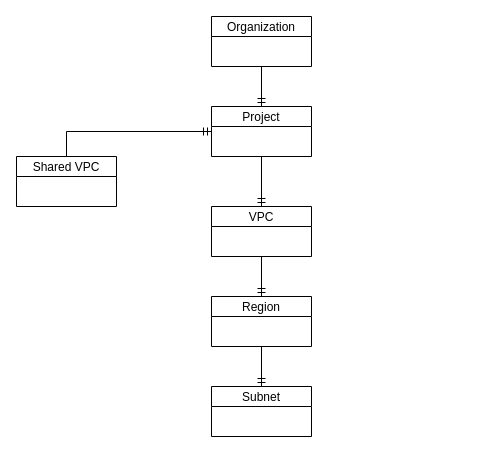
Earlier version of the draw.io diagram diargams/vpc_security.drawio (perandr/gcp-linux-academy). Source tidied: cells renumbered, new cells numbered last; positions are measured from the earlier drawing's top-left corner, leaving out a move shared by most shapes. Both pictures are drawn from the tidied source at 100%, with x=0, y=0 at pixel (16, 16).
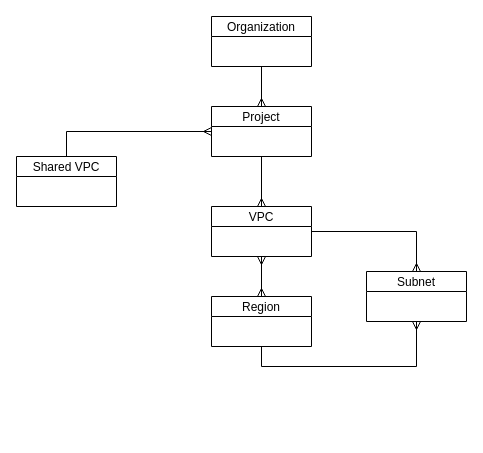
The same page after the edit.

Change to the diagram source:
```diff
@@
 <mxGraphModel>
   <root>
     <mxCell id="0" />
     <mxCell id="1" parent="0" />
-    <mxCell id="2" style="edgeStyle=orthogonalEdgeStyle;rounded=0;jettySize=auto;html=1;exitX=0.5;exitY=1;exitDx=0;exitDy=0;entryX=0.5;entryY=0;entryDx=0;entryDy=0;endArrow=ERmandOne;endFill=0;" parent="1" edge="1" source="3" target="5">
+    <mxCell id="2" style="edgeStyle=orthogonalEdgeStyle;rounded=0;jettySize=auto;html=1;exitX=0.5;exitY=1;exitDx=0;exitDy=0;entryX=0.5;entryY=0;entryDx=0;entryDy=0;endArrow=ERmany;endFill=0;startArrow=ERmany;startFill=0;" parent="1" edge="1" source="3" target="5">
       <mxGeometry relative="1" as="geometry" />
     </mxCell>
+    <mxCell id="13" style="edgeStyle=orthogonalEdgeStyle;rounded=0;jettySize=auto;html=1;exitX=1;exitY=0.5;exitDx=0;exitDy=0;entryX=0.5;entryY=0;entryDx=0;entryDy=0;startArrow=none;startFill=0;endArrow=ERmany;endFill=0;" parent="1" edge="1" source="3" target="10">
+      <mxGeometry relative="1" as="geometry" />
+    </mxCell>
     <mxCell id="3" value="VPC" style="swimlane;fontStyle=0;horizontal=1;startSize=20;fillColor=#ffffff;swimlaneFillColor=#ffffff;" parent="1" vertex="1">
       <mxGeometry x="195" y="190" width="100" height="50" as="geometry" />
     </mxCell>
-    <mxCell id="4" style="edgeStyle=orthogonalEdgeStyle;rounded=0;jettySize=auto;html=1;exitX=0.5;exitY=1;exitDx=0;exitDy=0;entryX=0.5;entryY=0;entryDx=0;entryDy=0;endArrow=ERmandOne;endFill=0;" parent="1" edge="1" source="5" target="10">
+    <mxCell id="4" style="edgeStyle=orthogonalEdgeStyle;rounded=0;jettySize=auto;html=1;exitX=0.5;exitY=1;exitDx=0;exitDy=0;entryX=0.5;entryY=1;entryDx=0;entryDy=0;endArrow=ERmany;endFill=0;" parent="1" edge="1" source="5" target="10">
       <mxGeometry relative="1" as="geometry" />
     </mxCell>
     <mxCell id="5" value="Region" style="swimlane;fontStyle=0;horizontal=1;startSize=20;fillColor=#ffffff;swimlaneFillColor=#ffffff;" parent="1" vertex="1">
       <mxGeometry x="195" y="280" width="100" height="50" as="geometry" />
     </mxCell>
-    <mxCell id="6" style="edgeStyle=orthogonalEdgeStyle;rounded=0;jettySize=auto;html=1;exitX=0.5;exitY=1;exitDx=0;exitDy=0;entryX=0.5;entryY=0;entryDx=0;entryDy=0;endArrow=ERmandOne;endFill=0;" parent="1" edge="1" source="7" target="3">
+    <mxCell id="6" style="edgeStyle=orthogonalEdgeStyle;rounded=0;jettySize=auto;html=1;exitX=0.5;exitY=1;exitDx=0;exitDy=0;entryX=0.5;entryY=0;entryDx=0;entryDy=0;endArrow=ERmany;endFill=0;" parent="1" edge="1" source="7" target="3">
       <mxGeometry relative="1" as="geometry" />
     </mxCell>
     <mxCell id="7" value="Project" style="swimlane;fontStyle=0;horizontal=1;startSize=20;fillColor=#ffffff;swimlaneFillColor=#ffffff;" parent="1" vertex="1">
       <mxGeometry x="195" y="90" width="100" height="50" as="geometry" />
     </mxCell>
-    <mxCell id="8" style="edgeStyle=orthogonalEdgeStyle;rounded=0;jettySize=auto;html=1;exitX=0.5;exitY=1;exitDx=0;exitDy=0;endArrow=ERmandOne;endFill=0;" parent="1" edge="1" source="9" target="7">
+    <mxCell id="8" style="edgeStyle=orthogonalEdgeStyle;rounded=0;jettySize=auto;html=1;exitX=0.5;exitY=1;exitDx=0;exitDy=0;endArrow=ERmany;endFill=0;" parent="1" edge="1" source="9" target="7">
       <mxGeometry relative="1" as="geometry" />
     </mxCell>
     <mxCell id="9" value="Organization" style="swimlane;fontStyle=0;horizontal=1;startSize=20;fillColor=#ffffff;swimlaneFillColor=#ffffff;" parent="1" vertex="1">
       <mxGeometry x="195" width="100" height="50" as="geometry" />
     </mxCell>
     <mxCell id="10" value="Subnet" style="swimlane;fontStyle=0;horizontal=1;startSize=20;fillColor=#ffffff;swimlaneFillColor=#ffffff;" parent="1" vertex="1">
-      <mxGeometry x="195" y="370" width="100" height="50" as="geometry" />
+      <mxGeometry x="350" y="255" width="100" height="50" as="geometry" />
     </mxCell>
-    <mxCell id="11" style="edgeStyle=orthogonalEdgeStyle;rounded=0;jettySize=auto;html=1;exitX=0.5;exitY=0;exitDx=0;exitDy=0;entryX=0;entryY=0.5;entryDx=0;entryDy=0;endArrow=ERmandOne;endFill=0;" parent="1" edge="1" source="12" target="7">
+    <mxCell id="11" style="edgeStyle=orthogonalEdgeStyle;rounded=0;jettySize=auto;html=1;exitX=0.5;exitY=0;exitDx=0;exitDy=0;entryX=0;entryY=0.5;entryDx=0;entryDy=0;endArrow=ERmany;endFill=0;" parent="1" edge="1" source="12" target="7">
       <mxGeometry relative="1" as="geometry" />
     </mxCell>
     <mxCell id="12" value="Shared VPC" style="swimlane;fontStyle=0;horizontal=1;startSize=20;fillColor=#ffffff;swimlaneFillColor=#ffffff;" parent="1" vertex="1">
       <mxGeometry y="140" width="100" height="50" as="geometry" />
     </mxCell>
   </root>
 </mxGraphModel>
```
